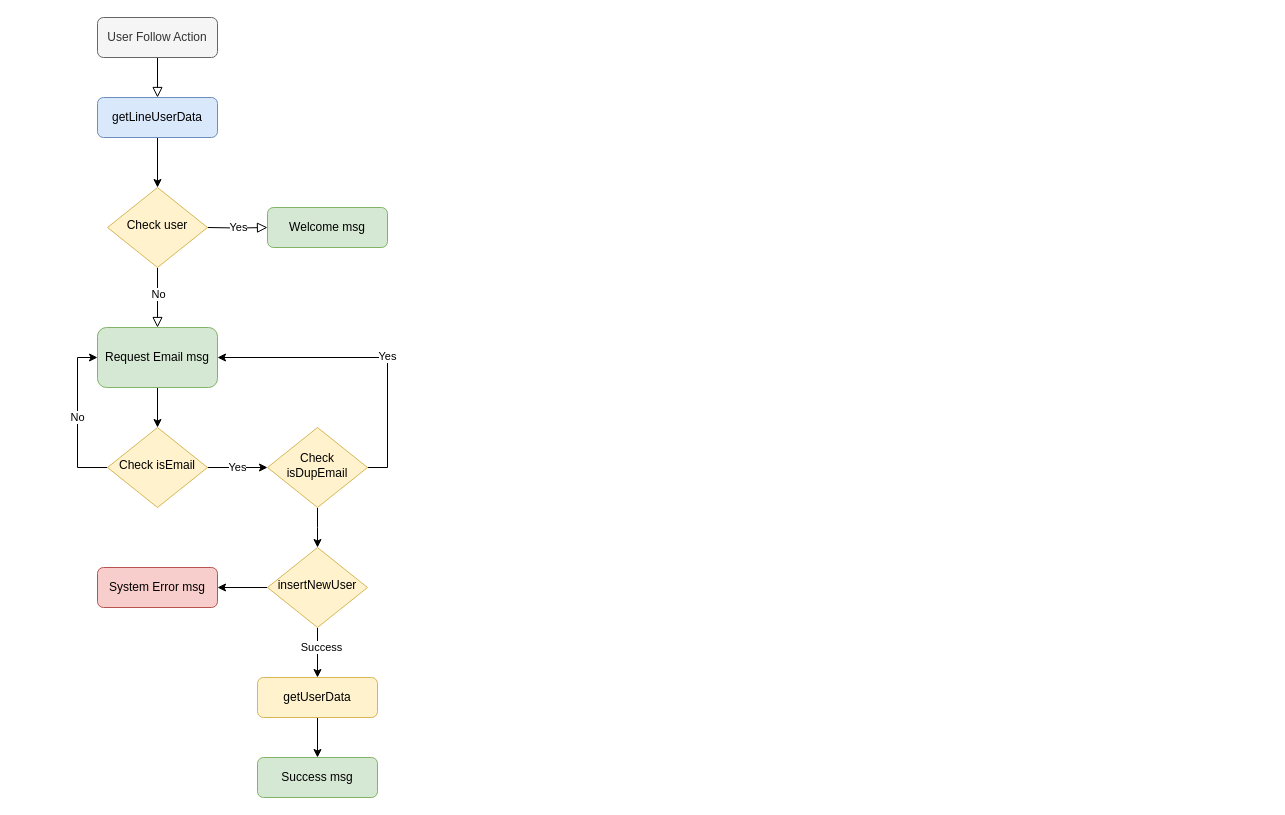
iinspiration/LEMP-docker-codeigniter-starter-kit keeps this draw.io diagram as Untitled Diagram.drawio. Above is the earlier version. Source tidied: cells renumbered, new cells numbered last; positions are measured from the earlier drawing's top-left corner, leaving out a move shared by most shapes. Both pictures are drawn from the tidied source at 100%, with x=0, y=0 at pixel (97, 17).
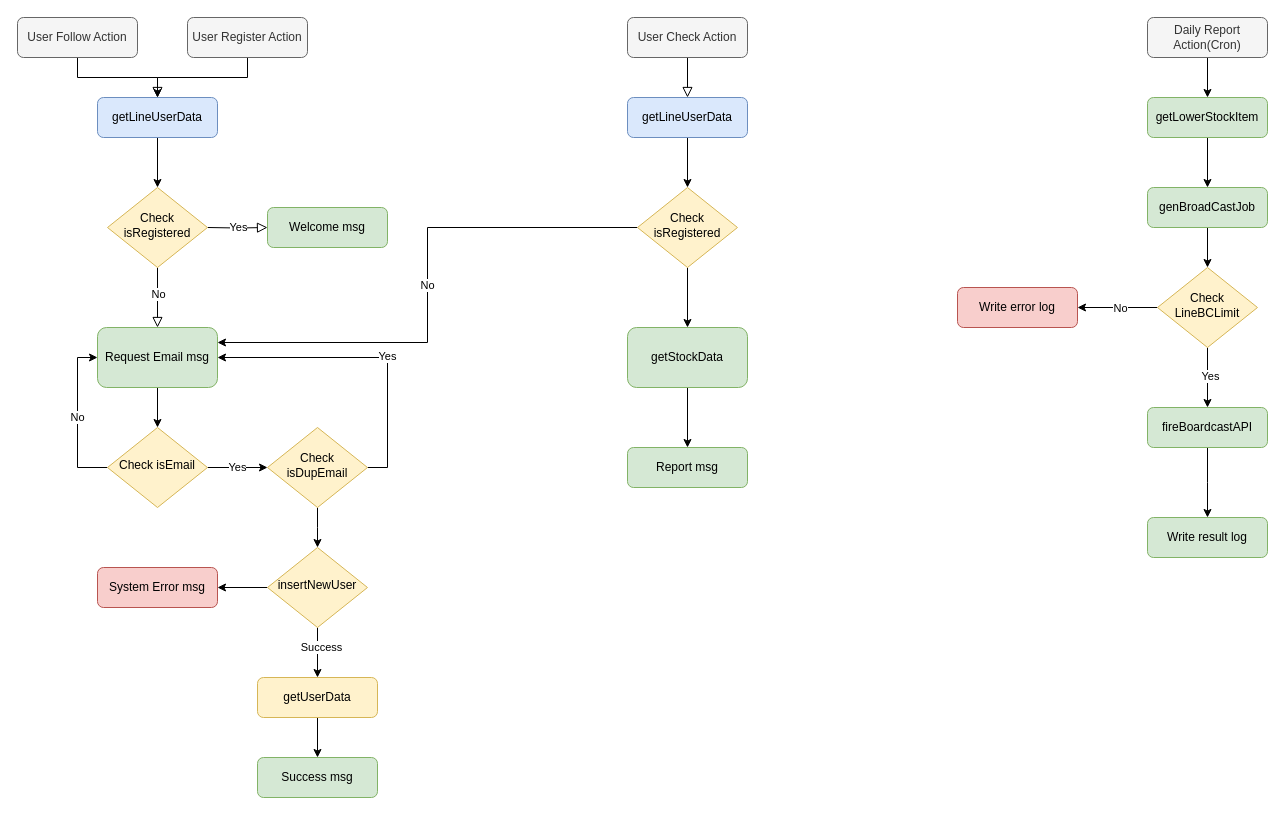
After the change.

The change refers to these unchanged cells:
```xml
<mxCell id="11" value="Request Email msg" style="rounded=1;whiteSpace=wrap;html=1;fillColor=#d5e8d4;strokeColor=#82b366;" parent="1" vertex="1">
  <mxGeometry y="310" width="120" height="60" as="geometry" />
</mxCell>
<mxCell id="20" value="getLineUserData" style="rounded=1;whiteSpace=wrap;html=1;fontSize=12;glass=0;strokeWidth=1;shadow=0;fillColor=#dae8fc;strokeColor=#6c8ebf;" parent="1" vertex="1">
  <mxGeometry y="80" width="120" height="40" as="geometry" />
</mxCell>
```

Change to the diagram source:
```diff
@@
     <mxCell id="3" value="User Follow Action" style="rounded=1;whiteSpace=wrap;html=1;fontSize=12;glass=0;strokeWidth=1;shadow=0;fillColor=#f5f5f5;strokeColor=#666666;fontColor=#333333;" parent="1" vertex="1">
-      <mxGeometry width="120" height="40" as="geometry" />
+      <mxGeometry x="-80" width="120" height="40" as="geometry" />
     </mxCell>
@@
-    <mxCell id="8" value="Check user" style="rhombus;whiteSpace=wrap;html=1;shadow=0;fontFamily=Helvetica;fontSize=12;align=center;strokeWidth=1;spacing=6;spacingTop=-4;fillColor=#fff2cc;strokeColor=#d6b656;" parent="1" vertex="1">
+    <mxCell id="8" value="Check isRegistered" style="rhombus;whiteSpace=wrap;html=1;shadow=0;fontFamily=Helvetica;fontSize=12;align=center;strokeWidth=1;spacing=6;spacingTop=-4;fillColor=#fff2cc;strokeColor=#d6b656;" parent="1" vertex="1">
       <mxGeometry x="10" y="170" width="100" height="80" as="geometry" />
     </mxCell>
@@
+    <mxCell id="29" style="rounded=0;html=1;jettySize=auto;fontSize=11;endArrow=block;endFill=0;endSize=8;strokeWidth=1;shadow=0;labelBackgroundColor=none;edgeStyle=orthogonalEdgeStyle;entryX=0.5;entryY=0;entryDx=0;entryDy=0;" parent="1" edge="1" source="30" target="37">
+      <mxGeometry relative="1" as="geometry" />
+    </mxCell>
+    <mxCell id="30" value="User Check Action" style="rounded=1;whiteSpace=wrap;html=1;fontSize=12;glass=0;strokeWidth=1;shadow=0;fillColor=#f5f5f5;strokeColor=#666666;fontColor=#333333;" parent="1" vertex="1">
+      <mxGeometry x="530" width="120" height="40" as="geometry" />
+    </mxCell>
+    <mxCell id="31" value="No" style="edgeStyle=orthogonalEdgeStyle;rounded=0;jettySize=auto;html=1;exitX=0;exitY=0.5;exitDx=0;exitDy=0;entryX=1;entryY=0.25;entryDx=0;entryDy=0;" parent="1" edge="1" source="33" target="11">
+      <mxGeometry relative="1" as="geometry" />
+    </mxCell>
+    <mxCell id="32" style="edgeStyle=orthogonalEdgeStyle;rounded=0;jettySize=auto;html=1;exitX=0.5;exitY=1;exitDx=0;exitDy=0;entryX=0.5;entryY=0;entryDx=0;entryDy=0;" parent="1" edge="1" source="33" target="35">
+      <mxGeometry relative="1" as="geometry" />
+    </mxCell>
+    <mxCell id="33" value="Check isRegistered" style="rhombus;whiteSpace=wrap;html=1;shadow=0;fontFamily=Helvetica;fontSize=12;align=center;strokeWidth=1;spacing=6;spacingTop=-4;fillColor=#fff2cc;strokeColor=#d6b656;" parent="1" vertex="1">
+      <mxGeometry x="540" y="170" width="100" height="80" as="geometry" />
+    </mxCell>
+    <mxCell id="34" style="edgeStyle=orthogonalEdgeStyle;rounded=0;jettySize=auto;html=1;exitX=0.5;exitY=1;exitDx=0;exitDy=0;entryX=0.5;entryY=0;entryDx=0;entryDy=0;" parent="1" edge="1" source="35" target="38">
+      <mxGeometry relative="1" as="geometry" />
+    </mxCell>
+    <mxCell id="35" value="getStockData" style="rounded=1;whiteSpace=wrap;html=1;fillColor=#d5e8d4;strokeColor=#82b366;" parent="1" vertex="1">
+      <mxGeometry x="530" y="310" width="120" height="60" as="geometry" />
+    </mxCell>
+    <mxCell id="36" style="edgeStyle=orthogonalEdgeStyle;rounded=0;jettySize=auto;html=1;exitX=0.5;exitY=1;exitDx=0;exitDy=0;entryX=0.5;entryY=0;entryDx=0;entryDy=0;" parent="1" edge="1" source="37" target="33">
+      <mxGeometry relative="1" as="geometry" />
+    </mxCell>
+    <mxCell id="37" value="getLineUserData" style="rounded=1;whiteSpace=wrap;html=1;fontSize=12;glass=0;strokeWidth=1;shadow=0;fillColor=#dae8fc;strokeColor=#6c8ebf;" parent="1" vertex="1">
+      <mxGeometry x="530" y="80" width="120" height="40" as="geometry" />
+    </mxCell>
+    <mxCell id="38" value="Report msg" style="rounded=1;whiteSpace=wrap;html=1;fontSize=12;glass=0;strokeWidth=1;shadow=0;fillColor=#d5e8d4;strokeColor=#82b366;" parent="1" vertex="1">
+      <mxGeometry x="530" y="430" width="120" height="40" as="geometry" />
+    </mxCell>
+    <mxCell id="39" style="edgeStyle=orthogonalEdgeStyle;rounded=0;jettySize=auto;html=1;exitX=0.5;exitY=1;exitDx=0;exitDy=0;entryX=0.5;entryY=0;entryDx=0;entryDy=0;" parent="1" edge="1" source="40" target="20">
+      <mxGeometry relative="1" as="geometry" />
+    </mxCell>
+    <mxCell id="40" value="User Register Action" style="rounded=1;whiteSpace=wrap;html=1;fontSize=12;glass=0;strokeWidth=1;shadow=0;fillColor=#f5f5f5;strokeColor=#666666;fontColor=#333333;" parent="1" vertex="1">
+      <mxGeometry x="90" width="120" height="40" as="geometry" />
+    </mxCell>
+    <mxCell id="41" style="edgeStyle=orthogonalEdgeStyle;rounded=0;jettySize=auto;html=1;exitX=0.5;exitY=1;exitDx=0;exitDy=0;entryX=0.5;entryY=0;entryDx=0;entryDy=0;" parent="1" edge="1" source="42" target="44">
+      <mxGeometry relative="1" as="geometry" />
+    </mxCell>
+    <mxCell id="42" value="Daily Report Action(Cron)" style="rounded=1;whiteSpace=wrap;html=1;fontSize=12;glass=0;strokeWidth=1;shadow=0;fillColor=#f5f5f5;strokeColor=#666666;fontColor=#333333;" parent="1" vertex="1">
+      <mxGeometry x="1050" width="120" height="40" as="geometry" />
+    </mxCell>
+    <mxCell id="43" style="edgeStyle=orthogonalEdgeStyle;rounded=0;jettySize=auto;html=1;exitX=0.5;exitY=1;exitDx=0;exitDy=0;entryX=0.5;entryY=0;entryDx=0;entryDy=0;" parent="1" edge="1" source="44" target="46">
+      <mxGeometry relative="1" as="geometry" />
+    </mxCell>
+    <mxCell id="44" value="getLowerStockItem" style="rounded=1;whiteSpace=wrap;html=1;fontSize=12;glass=0;strokeWidth=1;shadow=0;fillColor=#d5e8d4;strokeColor=#82b366;" parent="1" vertex="1">
+      <mxGeometry x="1050" y="80" width="120" height="40" as="geometry" />
+    </mxCell>
+    <mxCell id="45" style="edgeStyle=orthogonalEdgeStyle;rounded=0;jettySize=auto;html=1;exitX=0.5;exitY=1;exitDx=0;exitDy=0;entryX=0.5;entryY=0;entryDx=0;entryDy=0;" parent="1" edge="1" source="46" target="51">
+      <mxGeometry relative="1" as="geometry" />
+    </mxCell>
+    <mxCell id="46" value="genBroadCastJob" style="rounded=1;whiteSpace=wrap;html=1;fontSize=12;glass=0;strokeWidth=1;shadow=0;fillColor=#d5e8d4;strokeColor=#82b366;" parent="1" vertex="1">
+      <mxGeometry x="1050" y="170" width="120" height="40" as="geometry" />
+    </mxCell>
+    <mxCell id="47" style="edgeStyle=orthogonalEdgeStyle;rounded=0;jettySize=auto;html=1;exitX=0;exitY=0.5;exitDx=0;exitDy=0;entryX=1;entryY=0.5;entryDx=0;entryDy=0;" parent="1" edge="1" source="51" target="52">
+      <mxGeometry relative="1" as="geometry" />
+    </mxCell>
+    <mxCell id="48" value="No" style="edgeLabel;html=1;align=center;verticalAlign=middle;" parent="47" vertex="1">
+      <mxGeometry x="-0.05" relative="1" as="geometry" />
+    </mxCell>
+    <mxCell id="49" style="edgeStyle=orthogonalEdgeStyle;rounded=0;jettySize=auto;html=1;exitX=0.5;exitY=1;exitDx=0;exitDy=0;entryX=0.5;entryY=0;entryDx=0;entryDy=0;" parent="1" edge="1" source="51" target="54">
+      <mxGeometry relative="1" as="geometry" />
+    </mxCell>
+    <mxCell id="50" value="Yes" style="edgeLabel;html=1;align=center;verticalAlign=middle;" parent="49" vertex="1">
+      <mxGeometry x="-0.08" y="2" relative="1" as="geometry" />
+    </mxCell>
+    <mxCell id="51" value="Check LineBCLimit" style="rhombus;whiteSpace=wrap;html=1;shadow=0;fontFamily=Helvetica;fontSize=12;align=center;strokeWidth=1;spacing=6;spacingTop=-4;fillColor=#fff2cc;strokeColor=#d6b656;" parent="1" vertex="1">
+      <mxGeometry x="1060" y="250" width="100" height="80" as="geometry" />
+    </mxCell>
+    <mxCell id="52" value="Write error log" style="rounded=1;whiteSpace=wrap;html=1;fontSize=12;glass=0;strokeWidth=1;shadow=0;fillColor=#f8cecc;strokeColor=#b85450;" parent="1" vertex="1">
+      <mxGeometry x="860" y="270" width="120" height="40" as="geometry" />
+    </mxCell>
+    <mxCell id="53" style="edgeStyle=orthogonalEdgeStyle;rounded=0;jettySize=auto;html=1;exitX=0.5;exitY=1;exitDx=0;exitDy=0;entryX=0.5;entryY=0;entryDx=0;entryDy=0;" parent="1" edge="1" source="54">
+      <mxGeometry relative="1" as="geometry">
+        <mxPoint x="1110" y="500" as="targetPoint" />
+      </mxGeometry>
+    </mxCell>
+    <mxCell id="54" value="fireBoardcastAPI" style="rounded=1;whiteSpace=wrap;html=1;fontSize=12;glass=0;strokeWidth=1;shadow=0;fillColor=#d5e8d4;strokeColor=#82b366;" parent="1" vertex="1">
+      <mxGeometry x="1050" y="390" width="120" height="40" as="geometry" />
+    </mxCell>
+    <mxCell id="55" value="Write result log" style="rounded=1;whiteSpace=wrap;html=1;fontSize=12;glass=0;strokeWidth=1;shadow=0;fillColor=#d5e8d4;strokeColor=#82b366;" parent="1" vertex="1">
+      <mxGeometry x="1050" y="500" width="120" height="40" as="geometry" />
+    </mxCell>
```
